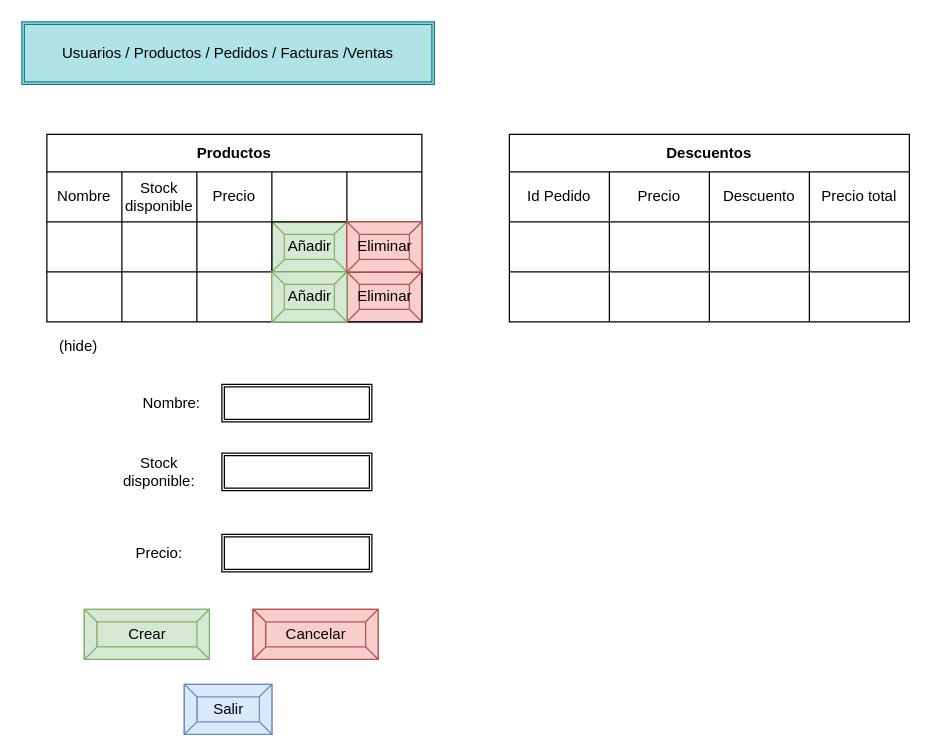
Earlier version of the draw.io diagram page "ProductosAdmin" (7 of 9) of ListaCompra.drawio (katacliny/practica). Source tidied: cells renumbered, new cells numbered last; positions are measured from the earlier drawing's top-left corner, leaving out a move shared by most shapes. Both pictures are drawn from the tidied source at 125%, with x=0, y=0 at pixel (21, 21).
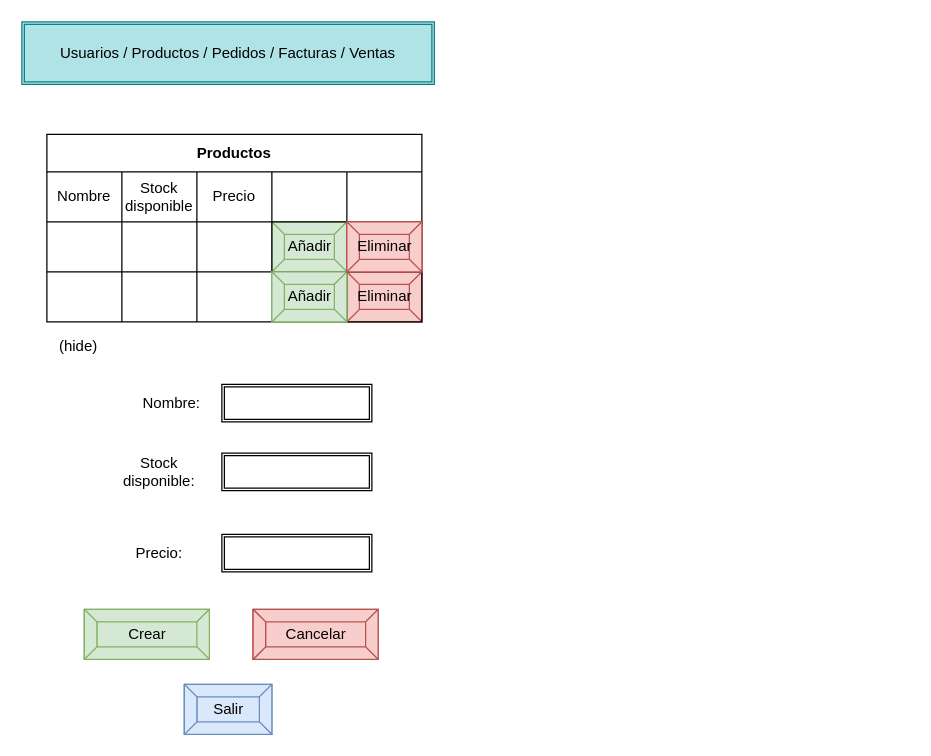
The same page after the edit.

Change to the diagram source:
```diff
@@
-    <mxCell id="4" value="Usuarios / Productos / Pedidos / Facturas /Ventas" style="shape=ext;double=1;rounded=0;whiteSpace=wrap;html=1;fillColor=#b0e3e6;strokeColor=#0e8088;" parent="1" vertex="1">
+    <mxCell id="4" value="Usuarios / Productos / Pedidos / Facturas / Ventas" style="shape=ext;double=1;rounded=0;whiteSpace=wrap;html=1;fillColor=#b0e3e6;strokeColor=#0e8088;" parent="1" vertex="1">
       <mxGeometry width="330" height="50" as="geometry" />
     </mxCell>
@@
-    <mxCell id="36" value="Descuentos" style="shape=table;html=1;whiteSpace=wrap;startSize=30;childLayout=tableLayout;fontStyle=1;align=center;" parent="1" vertex="1">
-      <mxGeometry x="390" y="90" width="320" height="150" as="geometry" />
-    </mxCell>
-    <mxCell id="37" style="shape=partialRectangle;html=1;whiteSpace=wrap;fillColor=none;top=0;left=0;bottom=0;right=0;" parent="36" vertex="1">
-      <mxGeometry y="30" width="320" height="40" as="geometry" />
-    </mxCell>
-    <mxCell id="38" value="Id Pedido" style="shape=partialRectangle;html=1;whiteSpace=wrap;fillColor=none;top=0;left=0;bottom=0;right=0;overflow=hidden;" parent="37" vertex="1">
-      <mxGeometry width="80" height="40" as="geometry" />
-    </mxCell>
-    <mxCell id="39" value="Precio" style="shape=partialRectangle;html=1;whiteSpace=wrap;fillColor=none;top=0;left=0;bottom=0;right=0;overflow=hidden;" parent="37" vertex="1">
-      <mxGeometry x="80" width="80" height="40" as="geometry" />
-    </mxCell>
-    <mxCell id="40" value="Descuento" style="shape=partialRectangle;html=1;whiteSpace=wrap;fillColor=none;top=0;left=0;bottom=0;right=0;overflow=hidden;" parent="37" vertex="1">
-      <mxGeometry x="160" width="80" height="40" as="geometry" />
-    </mxCell>
-    <mxCell id="41" value="Precio total" style="shape=partialRectangle;html=1;whiteSpace=wrap;fillColor=none;top=0;left=0;bottom=0;right=0;overflow=hidden;" parent="37" vertex="1">
-      <mxGeometry x="240" width="80" height="40" as="geometry" />
-    </mxCell>
-    <mxCell id="42" style="shape=partialRectangle;html=1;whiteSpace=wrap;fillColor=none;top=0;left=0;bottom=0;right=0;" parent="36" vertex="1">
-      <mxGeometry y="70" width="320" height="40" as="geometry" />
-    </mxCell>
-    <mxCell id="43" style="shape=partialRectangle;html=1;whiteSpace=wrap;fillColor=none;top=0;left=0;bottom=0;right=0;overflow=hidden;" parent="42" vertex="1">
-      <mxGeometry width="80" height="40" as="geometry" />
-    </mxCell>
-    <mxCell id="44" style="shape=partialRectangle;html=1;whiteSpace=wrap;fillColor=none;top=0;left=0;bottom=0;right=0;overflow=hidden;" parent="42" vertex="1">
-      <mxGeometry x="80" width="80" height="40" as="geometry" />
-    </mxCell>
-    <mxCell id="45" style="shape=partialRectangle;html=1;whiteSpace=wrap;fillColor=none;top=0;left=0;bottom=0;right=0;overflow=hidden;" parent="42" vertex="1">
-      <mxGeometry x="160" width="80" height="40" as="geometry" />
-    </mxCell>
-    <mxCell id="46" style="shape=partialRectangle;html=1;whiteSpace=wrap;fillColor=none;top=0;left=0;bottom=0;right=0;overflow=hidden;" parent="42" vertex="1">
-      <mxGeometry x="240" width="80" height="40" as="geometry" />
-    </mxCell>
-    <mxCell id="47" style="shape=partialRectangle;html=1;whiteSpace=wrap;fillColor=none;top=0;left=0;bottom=0;right=0;" parent="36" vertex="1">
-      <mxGeometry y="110" width="320" height="40" as="geometry" />
-    </mxCell>
-    <mxCell id="48" style="shape=partialRectangle;html=1;whiteSpace=wrap;fillColor=none;top=0;left=0;bottom=0;right=0;overflow=hidden;" parent="47" vertex="1">
-      <mxGeometry width="80" height="40" as="geometry" />
-    </mxCell>
-    <mxCell id="49" style="shape=partialRectangle;html=1;whiteSpace=wrap;fillColor=none;top=0;left=0;bottom=0;right=0;overflow=hidden;" parent="47" vertex="1">
-      <mxGeometry x="80" width="80" height="40" as="geometry" />
-    </mxCell>
-    <mxCell id="50" style="shape=partialRectangle;html=1;whiteSpace=wrap;fillColor=none;top=0;left=0;bottom=0;right=0;overflow=hidden;" parent="47" vertex="1">
-      <mxGeometry x="160" width="80" height="40" as="geometry" />
-    </mxCell>
-    <mxCell id="51" style="shape=partialRectangle;html=1;whiteSpace=wrap;fillColor=none;top=0;left=0;bottom=0;right=0;overflow=hidden;" parent="47" vertex="1">
-      <mxGeometry x="240" width="80" height="40" as="geometry" />
-    </mxCell>
```
